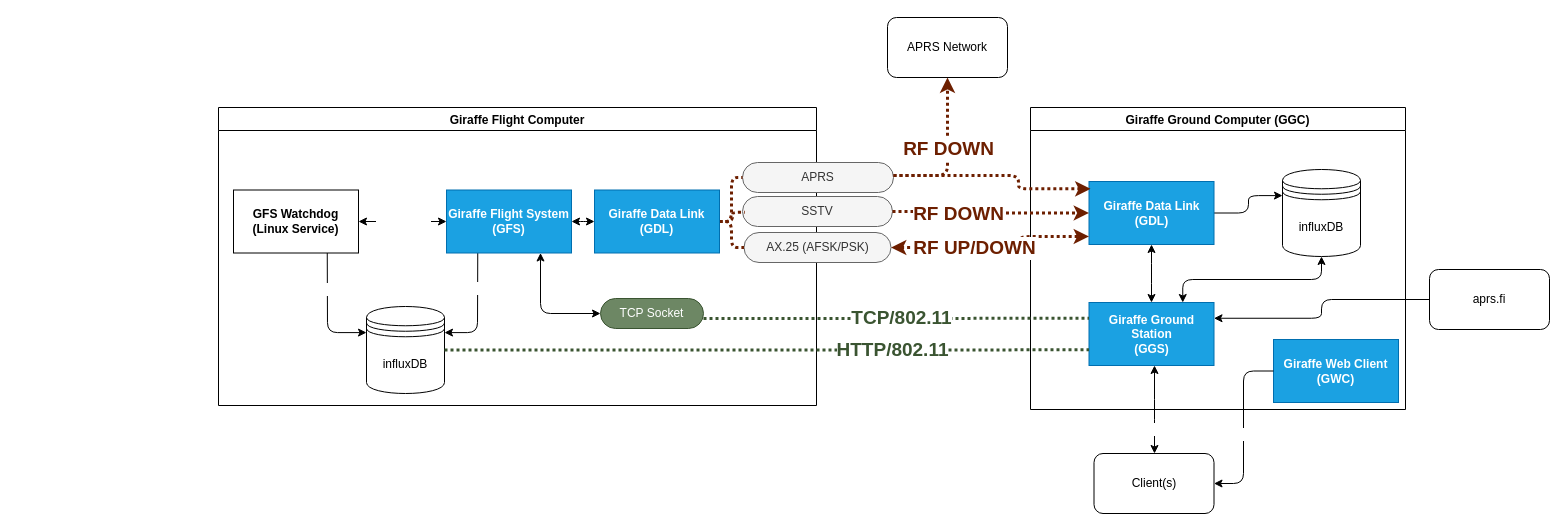
Earlier version of the draw.io diagram docs/uml/giraffe_network.drawio (joshua-jerred/Giraffe). Source tidied: cells renumbered, new cells numbered last; positions are measured from the earlier drawing's top-left corner, leaving out a move shared by most shapes. Both pictures are drawn from the tidied source at 100%, with x=0, y=0 at pixel (218, 17).
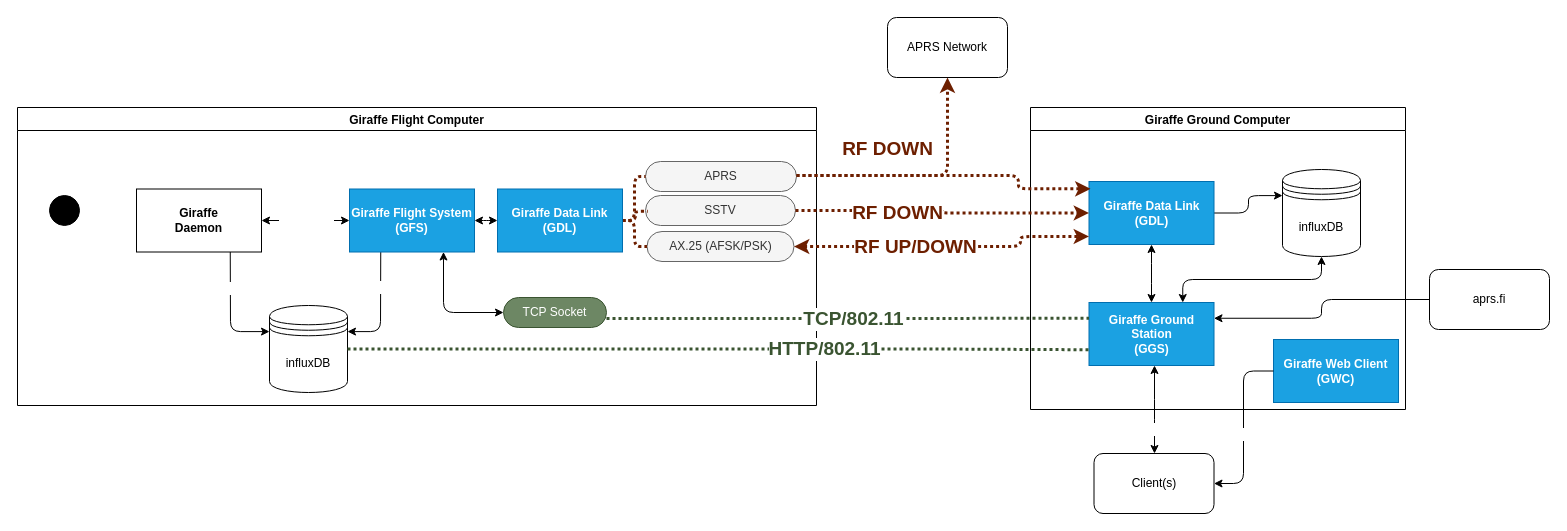
The same page after the edit.

The edit, as a diff of the source:
```diff
@@
     <mxCell id="2" value="Giraffe Flight Computer" style="swimlane;" parent="1" vertex="1">
-      <mxGeometry y="90" width="598" height="298" as="geometry" />
+      <mxGeometry x="-201" y="90" width="799" height="298" as="geometry" />
     </mxCell>
     <mxCell id="3" value="influxDB&lt;br&gt;" style="shape=datastore;whiteSpace=wrap;html=1;" parent="2" vertex="1">
-      <mxGeometry x="148" y="199" width="78" height="87" as="geometry" />
+      <mxGeometry x="252" y="198" width="78" height="87" as="geometry" />
     </mxCell>
@@
     <mxCell id="6" style="edgeStyle=elbowEdgeStyle;html=1;startArrow=none;endArrow=classic;exitX=0.75;exitY=1;exitDx=0;exitDy=0;entryX=0;entryY=0.3;entryDx=0;entryDy=0;endFill=1;" parent="2" edge="1" source="8" target="3">
       <mxGeometry relative="1" as="geometry">
         <Array as="points">
-          <mxPoint x="109" y="156" />
-          <mxPoint x="117" y="204" />
+          <mxPoint x="213" y="155" />
+          <mxPoint x="221" y="203" />
         </Array>
       </mxGeometry>
     </mxCell>
@@
-    <mxCell id="8" value="GFS Watchdog&lt;br&gt;(Linux Service)" style="whiteSpace=wrap;html=1;align=center;newEdgeStyle={&quot;edgeStyle&quot;:&quot;elbowEdgeStyle&quot;,&quot;startArrow&quot;:&quot;none&quot;,&quot;endArrow&quot;:&quot;none&quot;};fontStyle=1;" parent="2" vertex="1">
-      <mxGeometry x="15" y="82.5" width="125" height="63" as="geometry" />
+    <mxCell id="8" value="Giraffe&lt;br&gt;Daemon" style="whiteSpace=wrap;html=1;align=center;newEdgeStyle={&quot;edgeStyle&quot;:&quot;elbowEdgeStyle&quot;,&quot;startArrow&quot;:&quot;none&quot;,&quot;endArrow&quot;:&quot;none&quot;};fontStyle=1;" parent="2" vertex="1">
+      <mxGeometry x="119" y="81.5" width="125" height="63" as="geometry" />
     </mxCell>
     <mxCell id="9" style="edgeStyle=elbowEdgeStyle;html=1;startArrow=none;endArrow=classic;exitX=0.25;exitY=1;exitDx=0;exitDy=0;entryX=1;entryY=0.3;entryDx=0;entryDy=0;startFill=0;endFill=1;" parent="2" edge="1" source="12" target="3">
       <mxGeometry relative="1" as="geometry">
         <Array as="points">
-          <mxPoint x="259" y="176" />
+          <mxPoint x="363" y="175" />
         </Array>
       </mxGeometry>
     </mxCell>
@@
     <mxCell id="12" value="Giraffe Flight System&lt;br&gt;(GFS)" style="whiteSpace=wrap;html=1;align=center;newEdgeStyle={&quot;edgeStyle&quot;:&quot;elbowEdgeStyle&quot;,&quot;startArrow&quot;:&quot;none&quot;,&quot;endArrow&quot;:&quot;none&quot;};fillColor=#1ba1e2;fontStyle=1;fontColor=#ffffff;strokeColor=#006EAF;" parent="2" vertex="1">
-      <mxGeometry x="228" y="82.5" width="125" height="63" as="geometry" />
+      <mxGeometry x="332" y="81.5" width="125" height="63" as="geometry" />
     </mxCell>
     <mxCell id="13" value="AX.25 (AFSK/PSK)" style="whiteSpace=wrap;html=1;rounded=1;arcSize=50;align=center;verticalAlign=middle;strokeWidth=1;spacing=4;newEdgeStyle={&quot;edgeStyle&quot;:&quot;entityRelationEdgeStyle&quot;,&quot;startArrow&quot;:&quot;none&quot;,&quot;endArrow&quot;:&quot;none&quot;,&quot;segment&quot;:10,&quot;curved&quot;:1,&quot;sourcePerimeterSpacing&quot;:0,&quot;targetPerimeterSpacing&quot;:0};fillColor=#f5f5f5;fontColor=#333333;strokeColor=#666666;" parent="2" vertex="1">
-      <mxGeometry x="525.5" y="125" width="147" height="30" as="geometry" />
+      <mxGeometry x="629.5" y="124" width="147" height="30" as="geometry" />
     </mxCell>
     <mxCell id="14" style="edgeStyle=elbowEdgeStyle;html=1;startArrow=classic;endArrow=classic;segment=10;sourcePerimeterSpacing=0;targetPerimeterSpacing=0;entryX=0.75;entryY=1;entryDx=0;entryDy=0;endFill=1;startFill=1;" parent="2" edge="1" source="15" target="12">
       <mxGeometry relative="1" as="geometry">
         <Array as="points">
-          <mxPoint x="322" y="162" />
-          <mxPoint x="322" y="178" />
+          <mxPoint x="426" y="161" />
+          <mxPoint x="426" y="177" />
         </Array>
       </mxGeometry>
     </mxCell>
     <mxCell id="15" value="TCP Socket" style="whiteSpace=wrap;html=1;rounded=1;arcSize=50;align=center;verticalAlign=middle;strokeWidth=1;spacing=4;newEdgeStyle={&quot;edgeStyle&quot;:&quot;entityRelationEdgeStyle&quot;,&quot;startArrow&quot;:&quot;none&quot;,&quot;endArrow&quot;:&quot;none&quot;,&quot;segment&quot;:10,&quot;curved&quot;:1,&quot;sourcePerimeterSpacing&quot;:0,&quot;targetPerimeterSpacing&quot;:0};fillColor=#6d8764;strokeColor=#3A5431;fontColor=#ffffff;" parent="2" vertex="1">
-      <mxGeometry x="382" y="191" width="103" height="30" as="geometry" />
+      <mxGeometry x="486" y="190" width="103" height="30" as="geometry" />
     </mxCell>
     <mxCell id="16" value="SSTV" style="whiteSpace=wrap;html=1;rounded=1;arcSize=50;align=center;verticalAlign=middle;strokeWidth=1;spacing=4;newEdgeStyle={&quot;edgeStyle&quot;:&quot;entityRelationEdgeStyle&quot;,&quot;startArrow&quot;:&quot;none&quot;,&quot;endArrow&quot;:&quot;none&quot;,&quot;segment&quot;:10,&quot;curved&quot;:1,&quot;sourcePerimeterSpacing&quot;:0,&quot;targetPerimeterSpacing&quot;:0};fillColor=#f5f5f5;fontColor=#333333;strokeColor=#666666;" parent="2" vertex="1">
-      <mxGeometry x="524" y="89" width="150" height="30" as="geometry" />
+      <mxGeometry x="628" y="88" width="150" height="30" as="geometry" />
     </mxCell>
     <mxCell id="17" value="APRS" style="whiteSpace=wrap;html=1;rounded=1;arcSize=50;align=center;verticalAlign=middle;strokeWidth=1;spacing=4;newEdgeStyle={&quot;edgeStyle&quot;:&quot;entityRelationEdgeStyle&quot;,&quot;startArrow&quot;:&quot;none&quot;,&quot;endArrow&quot;:&quot;none&quot;,&quot;segment&quot;:10,&quot;curved&quot;:1,&quot;sourcePerimeterSpacing&quot;:0,&quot;targetPerimeterSpacing&quot;:0};fillColor=#f5f5f5;fontColor=#333333;strokeColor=#666666;" parent="2" vertex="1">
-      <mxGeometry x="524" y="55" width="151" height="30" as="geometry" />
+      <mxGeometry x="628" y="54" width="151" height="30" as="geometry" />
     </mxCell>
@@
     <mxCell id="21" value="Giraffe Data Link&lt;br&gt;(GDL)" style="whiteSpace=wrap;html=1;align=center;newEdgeStyle={&quot;edgeStyle&quot;:&quot;elbowEdgeStyle&quot;,&quot;startArrow&quot;:&quot;none&quot;,&quot;endArrow&quot;:&quot;none&quot;};fillColor=#1ba1e2;fontStyle=1;fontColor=#ffffff;strokeColor=#006EAF;" parent="2" vertex="1">
-      <mxGeometry x="376" y="82.5" width="125" height="63" as="geometry" />
+      <mxGeometry x="480" y="81.5" width="125" height="63" as="geometry" />
     </mxCell>
+    <mxCell id="49" style="ellipse;fillColor=strokeColor;" parent="2" vertex="1">
+      <mxGeometry x="32" y="88" width="30" height="30" as="geometry" />
+    </mxCell>
-    <mxCell id="22" value="Giraffe Ground Computer (GGC)" style="swimlane;" parent="1" vertex="1">
+    <mxCell id="22" value="Giraffe Ground Computer" style="swimlane;" parent="1" vertex="1">
       <mxGeometry x="812" y="90" width="375" height="302" as="geometry" />
     </mxCell>
```
